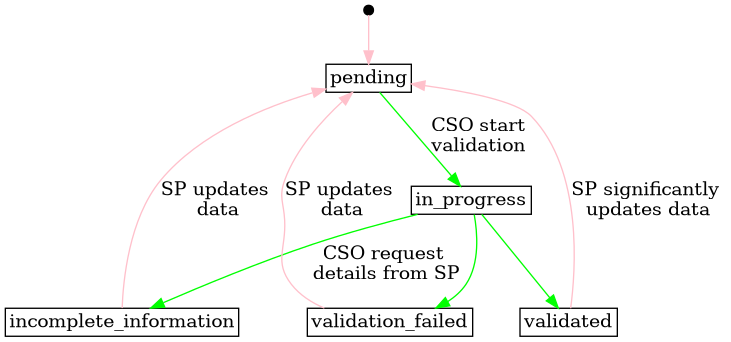
Earlier version of the PlantUML export docs/diagrams/controllable_unit_grid_validation_status.png (elhub/flex-information-system). Its source is kept beside it as docs/diagrams/controllable_unit_grid_validation_status.plantuml. The source it was exported from:
```plantuml
@startdot controllable_unit_grid_validation_status
digraph G {
    layout=dot;
    overlap=false;

    node [shape=rect,width=0.1,height=0.1,margin=0.04];

    start [shape=point];

    // status
    pending;
    in_progress;
    incomplete_information;
    validated;
    validation_failed;

    // transitions
    start -> pending [label="", color="pink"];
    pending -> in_progress [label="CSO start\nvalidation", color="green"];
    validated -> pending [label="SP significantly \nupdates data", color="pink"];
    in_progress -> incomplete_information [label="CSO request \ndetails from SP", color="green"];
    incomplete_information -> pending [label="SP updates \ndata", color="pink"];
    in_progress -> validated [label="", color="green"];
    in_progress -> validation_failed [label="", color="green"];
    validation_failed -> pending [label="SP updates \ndata", color="pink"];

   }
@enddot
```
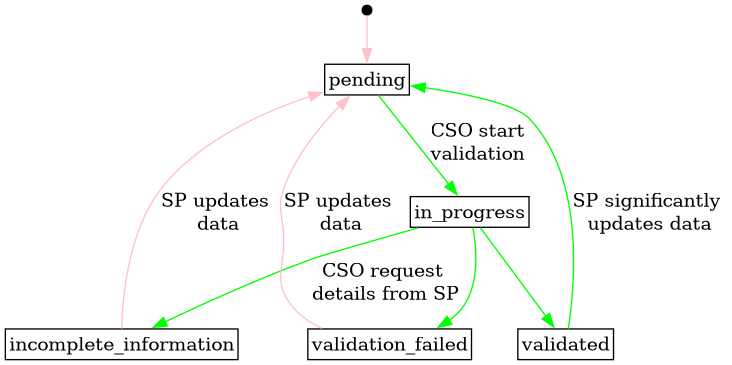
The same file after the commit.

Change to the diagram source:
```diff
@@ -17,7 +17,7 @@
     // transitions
     start -> pending [label="", color="pink"];
     pending -> in_progress [label="CSO start\nvalidation", color="green"];
-    validated -> pending [label="SP significantly \nupdates data", color="pink"];
+    validated -> pending [label="SP significantly \nupdates data", color="green"];
     in_progress -> incomplete_information [label="CSO request \ndetails from SP", color="green"];
     incomplete_information -> pending [label="SP updates \ndata", color="pink"];
     in_progress -> validated [label="", color="green"];
```
